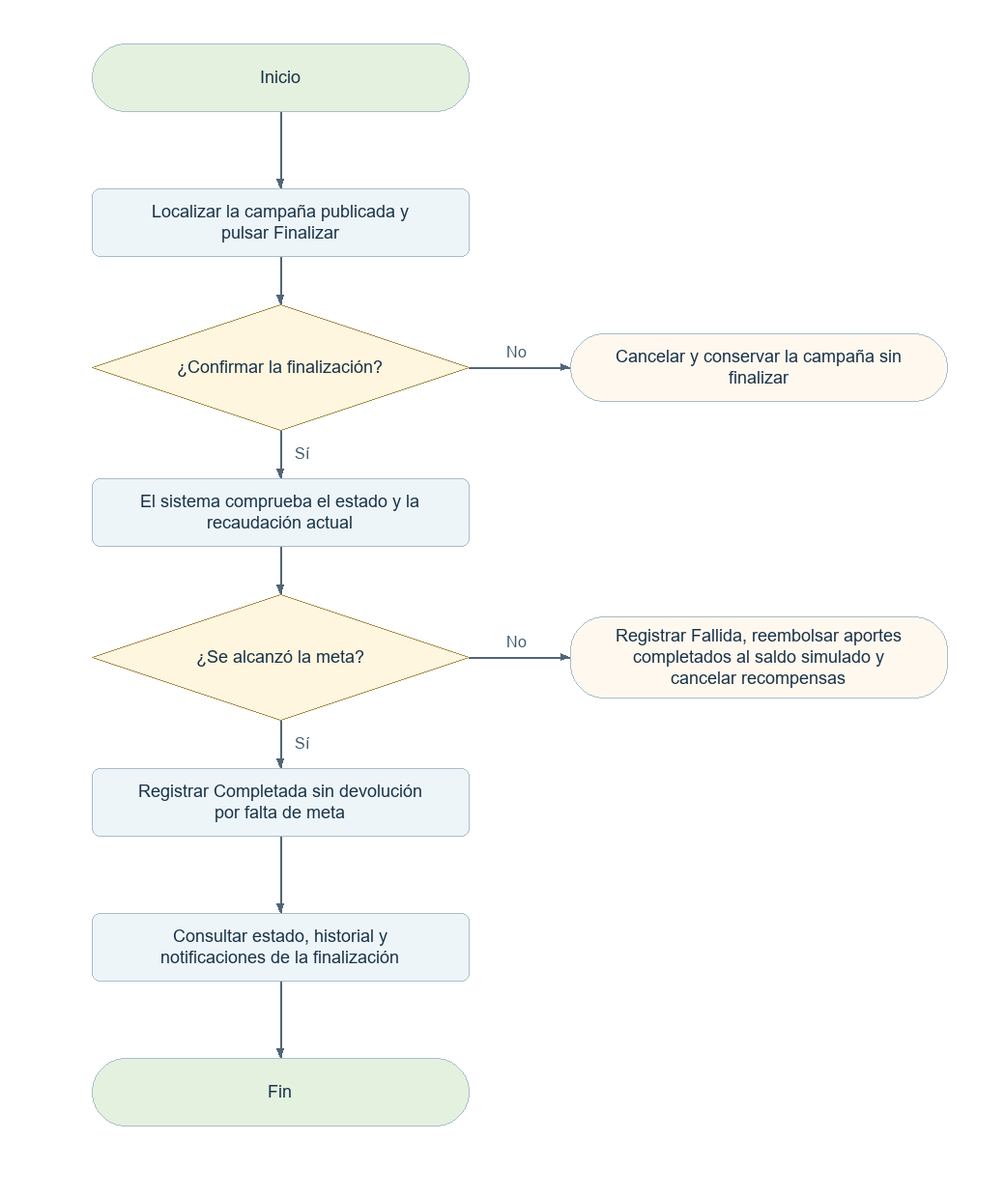
Earlier version of the Mermaid export docs/diagramas-web/png/E10.png (elingeyesdev/t3-crowdfunding-inversion). Its source is kept beside it as docs/diagramas-web/mermaid/E10.mmd.
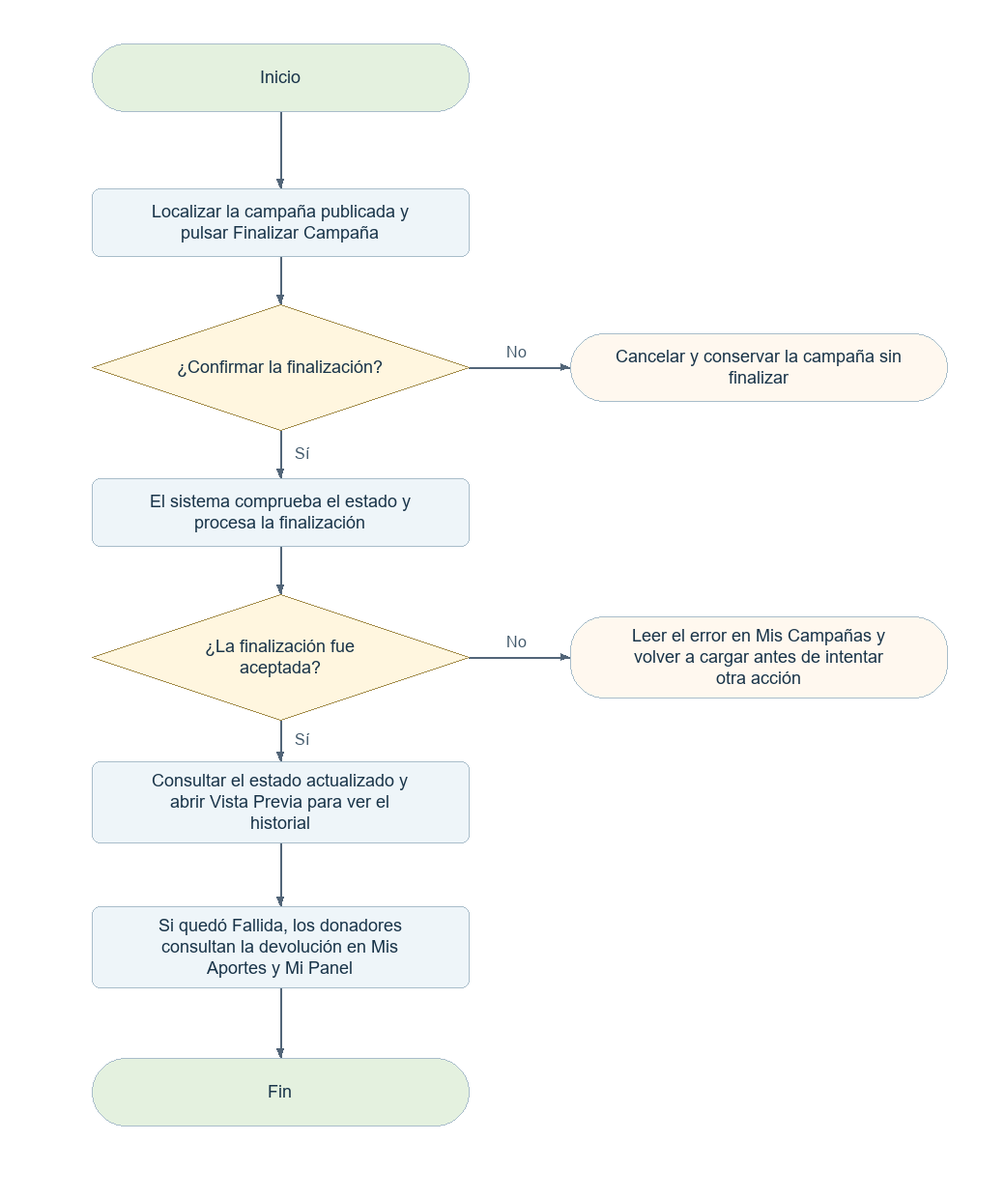
Later version of the same file.

Change to the diagram source:
```diff
@@ -1,20 +1,20 @@
 flowchart TD
   N0(["Inicio"])
   N0 --> N1
-  N1["Localizar la campaña publicada y pulsar Finalizar"]
+  N1["Localizar la campaña publicada y pulsar Finalizar Campaña"]
   N1 --> N2
   N2{"¿Confirmar la finalización?"}
   N2 -->|"Sí"| N3
   B2(["Cancelar y conservar la campaña sin finalizar"])
   N2 -->|"No"| B2
-  N3["El sistema comprueba el estado y la recaudación actual"]
+  N3["El sistema comprueba el estado y procesa la finalización"]
   N3 --> N4
-  N4{"¿Se alcanzó la meta?"}
+  N4{"¿La finalización fue aceptada?"}
   N4 -->|"Sí"| N5
-  B4(["Registrar Fallida, reembolsar aportes completados al saldo simulado y cancelar recompensas"])
+  B4(["Leer el error en Mis Campañas y volver a cargar antes de intentar otra acción"])
   N4 -->|"No"| B4
-  N5["Registrar Completada sin devolución por falta de meta"]
+  N5["Consultar el estado actualizado y abrir Vista Previa para ver el historial"]
   N5 --> N6
-  N6["Consultar estado, historial y notificaciones de la finalización"]
+  N6["Si quedó Fallida, los donadores consultan la devolución en Mis Aportes y Mi Panel"]
   N6 --> N7
   N7(["Fin"])
```
